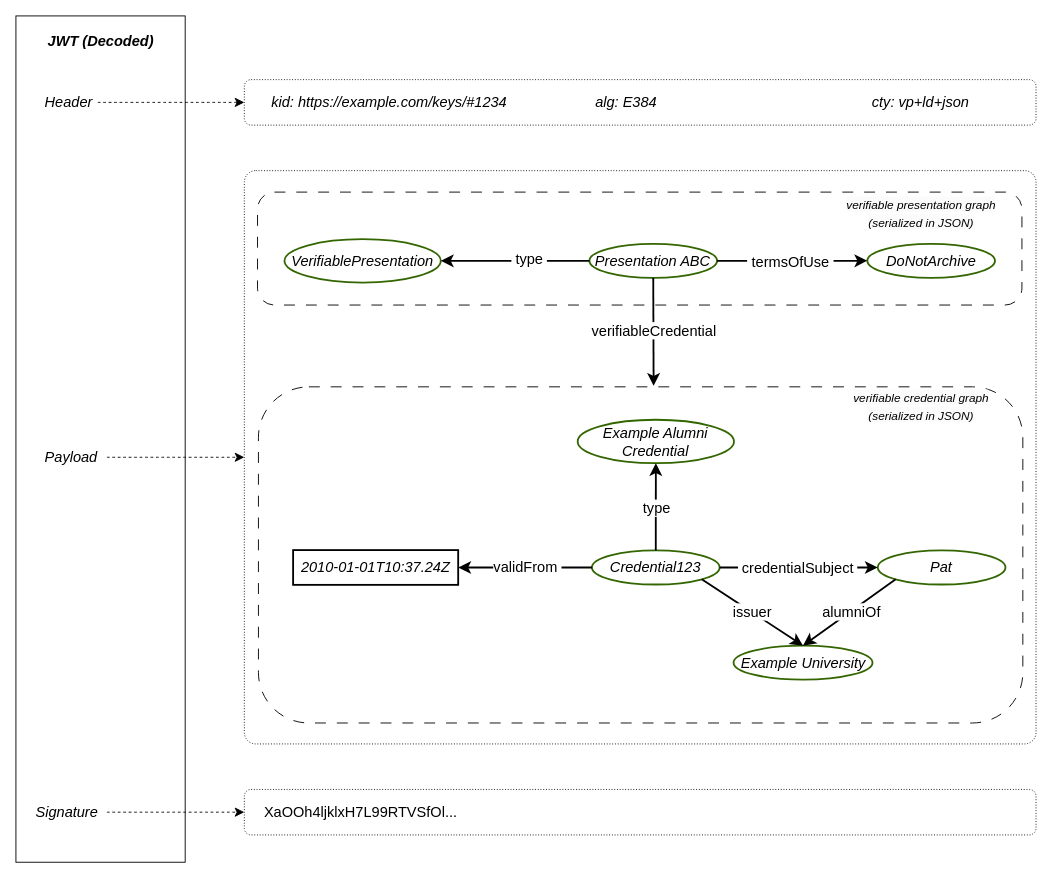
The draw.io diagram diagrams/vp-jwt.drawio in w3c/vc-data-model, before the edit. Source tidied: cells renumbered, new cells numbered last; positions are measured from the earlier drawing's top-left corner, leaving out a move shared by most shapes. Both pictures are drawn from the tidied source at 91%, with x=0, y=0 at pixel (15, 15).
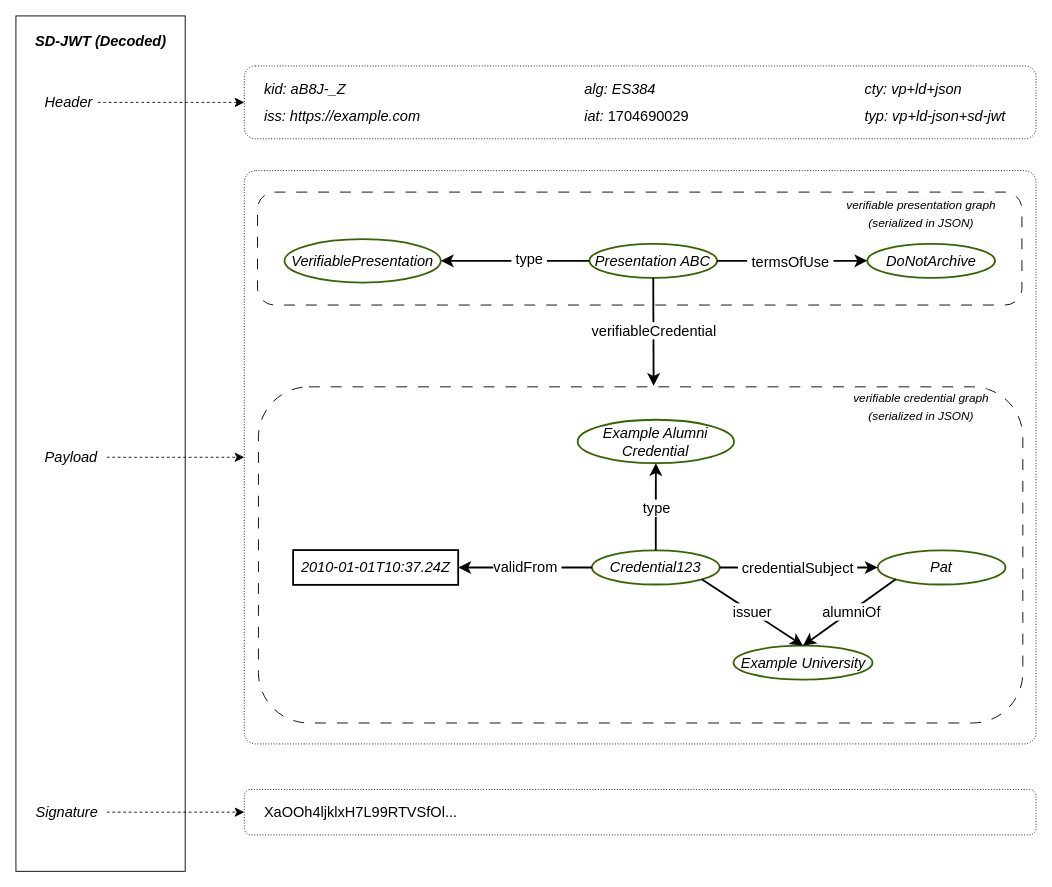
After the change.

Commit message (it also covers changes not shown here):
Fix more issues in diagram descriptions.

Change to the diagram source:
```diff
@@
     <mxCell id="2" style="rounded=0;whiteSpace=wrap;html=1;fontSize=16;fillColor=none;" parent="1" vertex="1">
-      <mxGeometry width="186" height="930" as="geometry" />
+      <mxGeometry width="186" height="940" as="geometry" />
     </mxCell>
-    <mxCell id="3" value="&lt;i&gt;&lt;b&gt;JWT (Decoded)&lt;/b&gt;&lt;/i&gt;" style="text;strokeColor=none;fillColor=none;html=1;align=center;verticalAlign=middle;whiteSpace=wrap;rounded=0;fontSize=16;" parent="1" vertex="1">
+    <mxCell id="3" value="&lt;i&gt;&lt;b&gt;SD-JWT (Decoded)&lt;/b&gt;&lt;/i&gt;" style="text;strokeColor=none;fillColor=none;html=1;align=center;verticalAlign=middle;whiteSpace=wrap;rounded=0;fontSize=16;" parent="1" vertex="1">
       <mxGeometry x="3.5" y="10" width="179" height="34" as="geometry" />
     </mxCell>
@@
-    <mxCell id="13" style="group;" parent="1" vertex="1">
-      <mxGeometry x="251" y="70" width="870" height="50" as="geometry" />
-    </mxCell>
-    <mxCell id="14" style="rounded=1;whiteSpace=wrap;html=1;fontSize=16;fillColor=none;dashed=1;dashPattern=1 2;" parent="13" vertex="1">
-      <mxGeometry width="870" height="50" as="geometry" />
-    </mxCell>
-    <mxCell id="15" value="&lt;i&gt;kid: https://example.com/keys/#1234&lt;/i&gt;" style="text;strokeColor=none;fillColor=none;html=1;align=left;verticalAlign=middle;whiteSpace=wrap;rounded=0;fontSize=16;flipH=0;" parent="13" vertex="1">
-      <mxGeometry x="28" y="10" width="263" height="30" as="geometry" />
-    </mxCell>
-    <mxCell id="16" value="&lt;i&gt;alg: E384&lt;/i&gt;" style="text;strokeColor=none;fillColor=none;html=1;align=left;verticalAlign=middle;whiteSpace=wrap;rounded=0;fontSize=16;flipH=0;" parent="13" vertex="1">
-      <mxGeometry x="384" y="10" width="160" height="30" as="geometry" />
-    </mxCell>
-    <mxCell id="17" value="&lt;i&gt;cty: vp+ld+json&lt;/i&gt;" style="text;strokeColor=none;fillColor=none;html=1;align=left;verticalAlign=middle;whiteSpace=wrap;rounded=0;fontSize=16;flipH=0;" parent="13" vertex="1">
-      <mxGeometry x="688" y="10" width="160" height="30" as="geometry" />
-    </mxCell>
@@
+    <mxCell id="53" style="group;" parent="1" vertex="1">
+      <mxGeometry x="251" y="55" width="870" height="80" as="geometry" />
+    </mxCell>
+    <mxCell id="14" style="rounded=1;whiteSpace=wrap;html=1;fontSize=16;fillColor=none;dashed=1;dashPattern=1 2;" parent="53" vertex="1">
+      <mxGeometry width="870" height="80" as="geometry" />
+    </mxCell>
+    <mxCell id="54" style="group;" parent="53" vertex="1">
+      <mxGeometry x="20" y="10" width="830" height="60" as="geometry" />
+    </mxCell>
+    <mxCell id="55" style="group;" parent="54" vertex="1">
+      <mxGeometry width="179" height="60" as="geometry" />
+    </mxCell>
+    <mxCell id="15" value="&lt;i&gt;kid: aB8J-_Z&lt;/i&gt;" style="text;strokeColor=none;fillColor=none;html=1;align=left;verticalAlign=middle;whiteSpace=wrap;rounded=0;fontSize=16;flipH=0;" parent="55" vertex="1">
+      <mxGeometry width="111" height="30" as="geometry" />
+    </mxCell>
+    <mxCell id="56" value="&lt;i&gt;iss: https://example.com&lt;/i&gt;" style="text;strokeColor=none;fillColor=none;html=1;align=left;verticalAlign=middle;whiteSpace=wrap;rounded=0;fontSize=16;flipH=0;" parent="55" vertex="1">
+      <mxGeometry y="30" width="179" height="30" as="geometry" />
+    </mxCell>
+    <mxCell id="57" style="group;" parent="54" vertex="1">
+      <mxGeometry x="352" width="130" height="60" as="geometry" />
+    </mxCell>
+    <mxCell id="16" value="&lt;i&gt;alg: ES384&lt;/i&gt;" style="text;strokeColor=none;fillColor=none;html=1;align=left;verticalAlign=middle;whiteSpace=wrap;rounded=0;fontSize=16;flipH=0;" parent="57" vertex="1">
+      <mxGeometry width="114" height="30" as="geometry" />
+    </mxCell>
+    <mxCell id="58" value="&lt;i&gt;iat:&lt;/i&gt;&amp;nbsp;1704690029" style="text;strokeColor=none;fillColor=none;html=1;align=left;verticalAlign=middle;whiteSpace=wrap;rounded=0;fontSize=16;flipH=0;" parent="57" vertex="1">
+      <mxGeometry y="30" width="130" height="30" as="geometry" />
+    </mxCell>
+    <mxCell id="59" style="group;" parent="54" vertex="1">
+      <mxGeometry x="660" width="170" height="60" as="geometry" />
+    </mxCell>
+    <mxCell id="17" value="&lt;i&gt;cty: vp+ld+json&lt;/i&gt;" style="text;strokeColor=none;fillColor=none;html=1;align=left;verticalAlign=middle;whiteSpace=wrap;rounded=0;fontSize=16;flipH=0;" parent="59" vertex="1">
+      <mxGeometry width="131" height="30" as="geometry" />
+    </mxCell>
+    <mxCell id="60" value="&lt;i&gt;typ: vp+ld-json+sd-jwt&lt;/i&gt;" style="text;strokeColor=none;fillColor=none;html=1;align=left;verticalAlign=middle;whiteSpace=wrap;rounded=0;fontSize=16;flipH=0;" parent="59" vertex="1">
+      <mxGeometry y="30" width="170" height="30" as="geometry" />
+    </mxCell>
```
